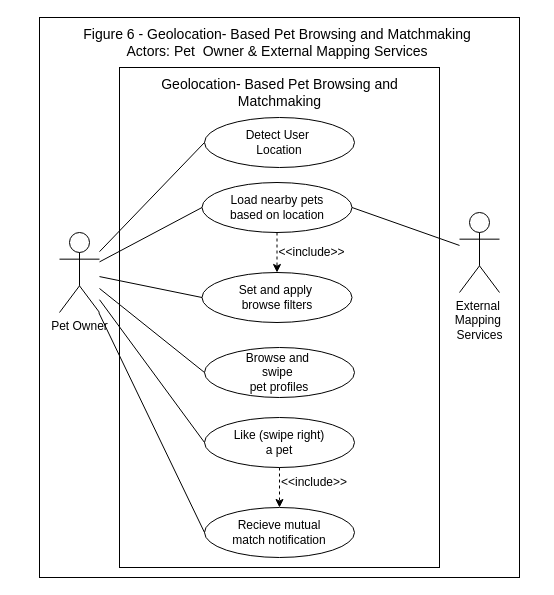
This is page "fig-6" (6 of 10) of USE-CASE_Diagram_Franco.drawio from Chels013/Breedr-Diagrams, a draw.io file, before an edit. Source tidied: cells renumbered, new cells numbered last; positions are measured from the earlier drawing's top-left corner, leaving out a move shared by most shapes. Both pictures are drawn from the tidied source at 100%, with x=0, y=0 at pixel (17, 17).
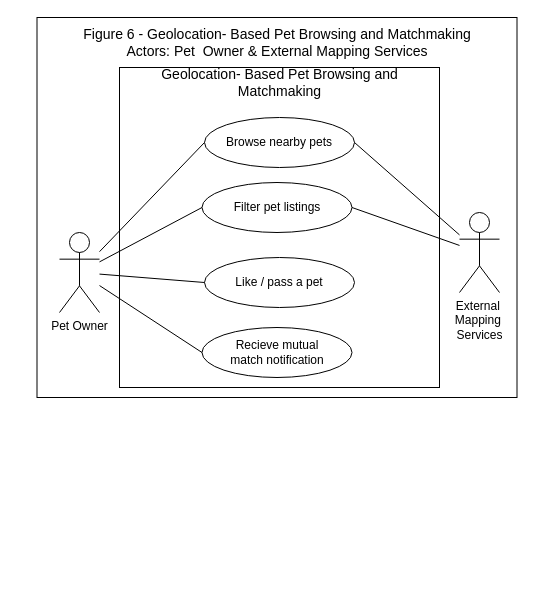
The same page after the edit.

Commit message:
i revised figure 6, Geolocation- Based Pet Browsing and Matchmaking

Unchanged cells that the change refers to:
```xml
<mxCell id="12" value="Pet Owner" style="shape=umlActor;verticalLabelPosition=bottom;verticalAlign=top;html=1;outlineConnect=0;" parent="1" vertex="1">
  <mxGeometry x="42" y="215" width="40" height="80" as="geometry" />
</mxCell>
<mxCell id="13" value="External&amp;nbsp;&lt;div&gt;Mapping&amp;nbsp;&lt;div&gt;Services&lt;/div&gt;&lt;/div&gt;" style="shape=umlActor;verticalLabelPosition=bottom;verticalAlign=top;html=1;outlineConnect=0;" parent="1" vertex="1">
  <mxGeometry x="442" y="195" width="40" height="80" as="geometry" />
</mxCell>
```

The edit, as a diff of the source:
```diff
@@
-    <mxCell id="2" style="rounded=0;whiteSpace=wrap;html=1;align=center;verticalAlign=middle;fontFamily=Helvetica;fontSize=12;fontColor=default;fillColor=none;gradientColor=none;" parent="1" vertex="1">
-      <mxGeometry x="22" width="480" height="560" as="geometry" />
+    <mxCell id="2" style="rounded=0;whiteSpace=wrap;html=1;align=center;verticalAlign=middle;fontFamily=Helvetica;fontSize=12;" parent="1" vertex="1">
+      <mxGeometry x="19.5" width="480" height="380" as="geometry" />
     </mxCell>
+    <mxCell id="4" value="Figure 6 - Geolocation- Based Pet Browsing and Matchmaking&lt;div&gt;Actors: Pet&amp;nbsp; Owner &amp;amp; External Mapping Services&lt;/div&gt;" style="text;html=1;align=center;verticalAlign=middle;whiteSpace=wrap;rounded=0;fontSize=14;" parent="1" vertex="1">
+      <mxGeometry x="-0.5" y="10" width="520" height="30" as="geometry" />
+    </mxCell>
     <mxCell id="3" style="rounded=0;whiteSpace=wrap;html=1;" parent="1" vertex="1">
-      <mxGeometry x="102" y="50" width="320" height="500" as="geometry" />
+      <mxGeometry x="102" y="50" width="320" height="320" as="geometry" />
     </mxCell>
-    <mxCell id="4" value="Figure 6 - Geolocation- Based Pet Browsing and Matchmaking&lt;div&gt;Actors: Pet&amp;nbsp; Owner &amp;amp; External Mapping Services&lt;/div&gt;" style="text;html=1;align=center;verticalAlign=middle;whiteSpace=wrap;rounded=0;fontSize=14;" parent="1" vertex="1">
-      <mxGeometry x="-0.5" y="10" width="520" height="30" as="geometry" />
-    </mxCell>
     <mxCell id="5" value="&lt;span style=&quot;color: rgb(0, 0, 0);&quot;&gt;Geolocation- Based Pet Browsing and Matchmaking&lt;/span&gt;" style="text;html=1;align=center;verticalAlign=middle;whiteSpace=wrap;rounded=0;fontSize=14;" parent="1" vertex="1">
-      <mxGeometry x="114.5" y="60" width="295" height="30" as="geometry" />
+      <mxGeometry x="114.5" y="50" width="295" height="30" as="geometry" />
     </mxCell>
-    <mxCell id="6" value="Detect User&amp;nbsp;&lt;div&gt;Location&lt;/div&gt;" style="ellipse;whiteSpace=wrap;html=1;" parent="1" vertex="1">
+    <mxCell id="6" value="Browse nearby pets" style="ellipse;whiteSpace=wrap;html=1;" parent="1" vertex="1">
       <mxGeometry x="187" y="100" width="150" height="50" as="geometry" />
     </mxCell>
-    <mxCell id="7" value="Load nearby pets&lt;div&gt;based on location&lt;/div&gt;" style="ellipse;whiteSpace=wrap;html=1;" parent="1" vertex="1">
+    <mxCell id="7" value="Filter pet listings" style="ellipse;whiteSpace=wrap;html=1;" parent="1" vertex="1">
       <mxGeometry x="184.5" y="165" width="150" height="50" as="geometry" />
     </mxCell>
-    <mxCell id="8" value="Set and apply&amp;nbsp;&lt;div&gt;browse filters&lt;/div&gt;" style="ellipse;whiteSpace=wrap;html=1;" parent="1" vertex="1">
-      <mxGeometry x="184.5" y="255" width="150" height="50" as="geometry" />
-    </mxCell>
-    <mxCell id="9" value="Browse and&amp;nbsp;&lt;div&gt;swipe&amp;nbsp;&lt;div&gt;pet profiles&lt;/div&gt;&lt;/div&gt;" style="ellipse;whiteSpace=wrap;html=1;" parent="1" vertex="1">
-      <mxGeometry x="187" y="330" width="150" height="50" as="geometry" />
-    </mxCell>
-    <mxCell id="10" value="Like (swipe right)&lt;div&gt;a pet&lt;/div&gt;" style="ellipse;whiteSpace=wrap;html=1;" parent="1" vertex="1">
-      <mxGeometry x="187" y="400" width="150" height="50" as="geometry" />
+    <mxCell id="10" value="Like / pass a pet" style="ellipse;whiteSpace=wrap;html=1;" parent="1" vertex="1">
+      <mxGeometry x="187" y="240" width="150" height="50" as="geometry" />
     </mxCell>
     <mxCell id="11" value="Recieve mutual&lt;div&gt;match notification&lt;/div&gt;" style="ellipse;whiteSpace=wrap;html=1;" parent="1" vertex="1">
-      <mxGeometry x="187" y="490" width="150" height="50" as="geometry" />
+      <mxGeometry x="184.5" y="310" width="150" height="50" as="geometry" />
     </mxCell>
@@
-    <mxCell id="15" style="html=1;labelBackgroundColor=#ffffff;startArrow=none;startFill=0;startSize=6;endArrow=classic;endFill=1;endSize=6;jettySize=auto;strokeWidth=1;dashed=1;fontSize=14;entryX=0.5;entryY=0;entryDx=0;entryDy=0;exitX=0.5;exitY=1;exitDx=0;exitDy=0;" parent="1" edge="1" source="7" target="8">
-      <mxGeometry relative="1" as="geometry" />
-    </mxCell>
-    <mxCell id="16" style="html=1;labelBackgroundColor=#ffffff;startArrow=none;startFill=0;startSize=6;endArrow=classic;endFill=1;endSize=6;jettySize=auto;strokeWidth=1;dashed=1;fontSize=14;entryX=0.5;entryY=0;entryDx=0;entryDy=0;exitX=0.5;exitY=1;exitDx=0;exitDy=0;" parent="1" edge="1" source="10" target="11">
-      <mxGeometry relative="1" as="geometry" />
-    </mxCell>
-    <mxCell id="17" value="&amp;lt;&amp;lt;include&amp;gt;&amp;gt;" style="text;html=1;align=center;verticalAlign=middle;whiteSpace=wrap;rounded=0;" parent="1" vertex="1">
-      <mxGeometry x="262" y="460" width="70" height="10" as="geometry" />
-    </mxCell>
-    <mxCell id="18" value="&amp;lt;&amp;lt;include&amp;gt;&amp;gt;" style="text;html=1;align=center;verticalAlign=middle;whiteSpace=wrap;rounded=0;" parent="1" vertex="1">
-      <mxGeometry x="262" y="230" width="65" height="10" as="geometry" />
-    </mxCell>
@@
-    <mxCell id="21" style="endArrow=none;html=1;entryX=0;entryY=0.5;entryDx=0;entryDy=0;" parent="1" edge="1" source="12" target="8">
-      <mxGeometry relative="1" as="geometry" />
-    </mxCell>
@@
-    <mxCell id="24" style="endArrow=none;html=1;entryX=0;entryY=0.5;entryDx=0;entryDy=0;" parent="1" edge="1" source="12" target="9">
-      <mxGeometry relative="1" as="geometry" />
-    </mxCell>
+    <mxCell id="25" style="endArrow=none;html=1;entryX=1;entryY=0.5;entryDx=0;entryDy=0;" parent="1" edge="1" source="13" target="6">
+      <mxGeometry relative="1" as="geometry" />
+    </mxCell>
```
